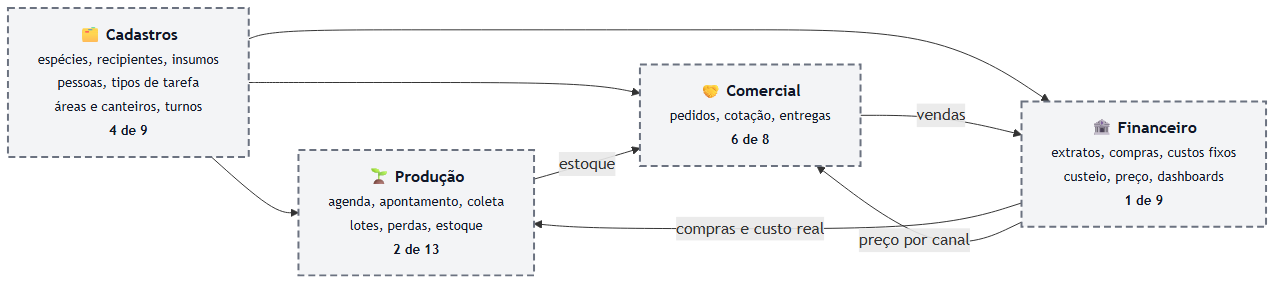
Before: docs/rotinas/img/mapa-4-areas.png, a diagram exported from Mermaid (JoaoMudar/tcc). Its source is kept beside it as docs/rotinas/img/mapa-4-areas.mmd. Its diagram source:
```mermaid
flowchart LR
  C["🗂️ <b>Cadastros</b><br/><small>espécies, recipientes, insumos<br/>pessoas, tipos de tarefa<br/>áreas e canteiros, turnos<br/><b>4 de 9</b></small>"]
  R["🌱 <b>Produção</b><br/><small>agenda, apontamento, coleta<br/>lotes, perdas, estoque<br/><b>2 de 13</b></small>"]
  P["🤝 <b>Comercial</b><br/><small>pedidos, cotação, entregas<br/><b>6 de 8</b></small>"]
  F["🏦 <b>Financeiro</b><br/><small>extratos, compras, custos fixos<br/>custeio, preço, dashboards<br/><b>1 de 9</b></small>"]

  C --> R
  C --> P
  C --> F
  R -->|"estoque"| P
  P -->|"vendas"| F
  F -->|"compras e custo real"| R
  F -->|"preço por canal"| P

  classDef ok fill:#dcfce7,stroke:#16a34a,stroke-width:2px,color:#111
  classDef meio fill:#fef3c7,stroke:#d97706,stroke-width:2px,color:#111
  classDef falta fill:#fee2e2,stroke:#dc2626,stroke-width:2px,color:#111
  classDef grupo fill:#f8fafc,stroke:#cbd5e1,stroke-width:1px,color:#334155
  classDef ator fill:#374151,stroke:#111827,stroke-width:2px,color:#f9fafb
  classDef decisao fill:#e2e8f0,stroke:#475569,stroke-width:2px,color:#111

  class C,R,P,F meio
```
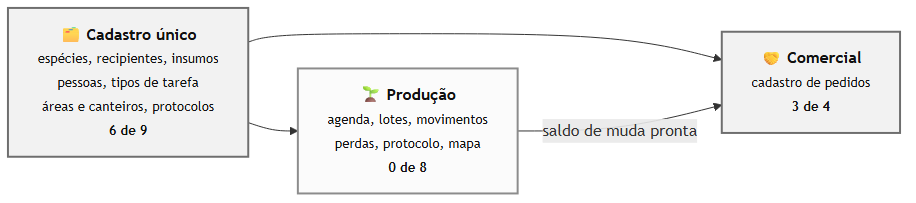
Later version of the same file.

What changed in the source:
```diff
@@ -1,22 +1,16 @@
 flowchart LR
-  C["🗂️ <b>Cadastros</b><br/><small>espécies, recipientes, insumos<br/>pessoas, tipos de tarefa<br/>áreas e canteiros, turnos<br/><b>4 de 9</b></small>"]
-  R["🌱 <b>Produção</b><br/><small>agenda, apontamento, coleta<br/>lotes, perdas, estoque<br/><b>2 de 13</b></small>"]
-  P["🤝 <b>Comercial</b><br/><small>pedidos, cotação, entregas<br/><b>6 de 8</b></small>"]
-  F["🏦 <b>Financeiro</b><br/><small>extratos, compras, custos fixos<br/>custeio, preço, dashboards<br/><b>1 de 9</b></small>"]
+  C["🗂️ <b>Cadastro único</b><br/><small>espécies, recipientes, insumos<br/>pessoas, tipos de tarefa<br/>áreas e canteiros, protocolos<br/><b>6 de 9</b></small>"]
+  R["🌱 <b>Produção</b><br/><small>agenda, lotes, movimentos<br/>perdas, protocolo, mapa<br/><b>0 de 8</b></small>"]
+  P["🤝 <b>Comercial</b><br/><small>cadastro de pedidos<br/><b>3 de 4</b></small>"]
 
   C --> R
   C --> P
-  C --> F
-  R -->|"estoque"| P
-  P -->|"vendas"| F
-  F -->|"compras e custo real"| R
-  F -->|"preço por canal"| P
+  R -->|"saldo de muda pronta"| P
 
   classDef ok fill:#dcfce7,stroke:#16a34a,stroke-width:2px,color:#111
   classDef meio fill:#fef3c7,stroke:#d97706,stroke-width:2px,color:#111
   classDef falta fill:#fee2e2,stroke:#dc2626,stroke-width:2px,color:#111
   classDef grupo fill:#f8fafc,stroke:#cbd5e1,stroke-width:1px,color:#334155
-  classDef ator fill:#374151,stroke:#111827,stroke-width:2px,color:#f9fafb
-  classDef decisao fill:#e2e8f0,stroke:#475569,stroke-width:2px,color:#111
 
-  class C,R,P,F meio
+  class C,P meio
+  class R falta
```
